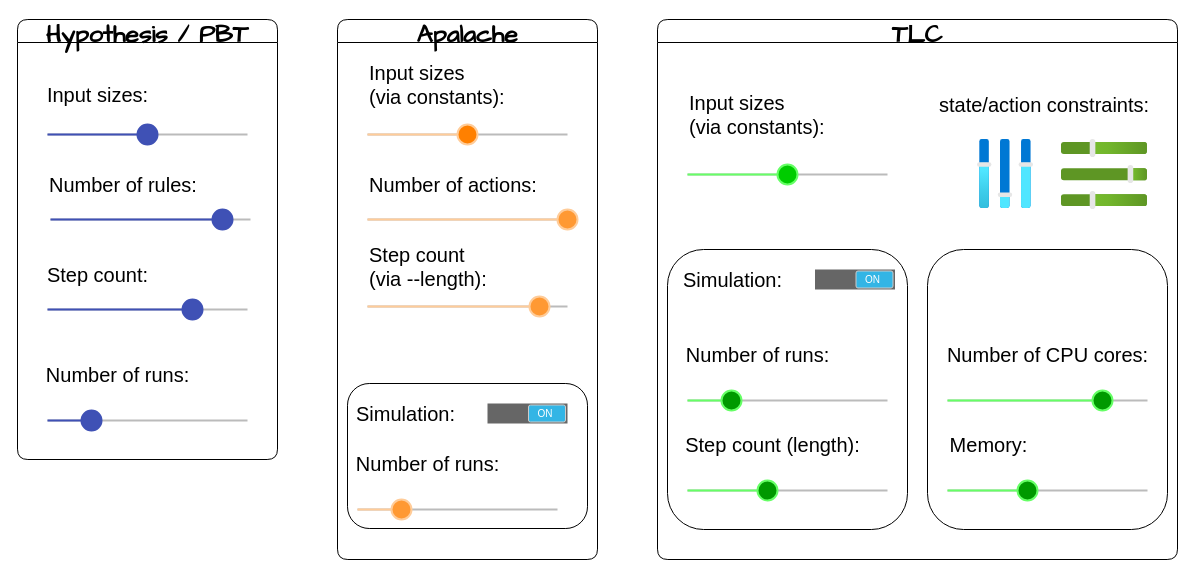
This is docs/src/tutorials/img/controls.drawio from apalache-mc/apalache, a draw.io file, before an edit. Source tidied: cells renumbered, new cells numbered last; positions are measured from the earlier drawing's top-left corner, leaving out a move shared by most shapes. Both pictures are drawn from the tidied source at 100%, with x=0, y=0 at pixel (17, 19).
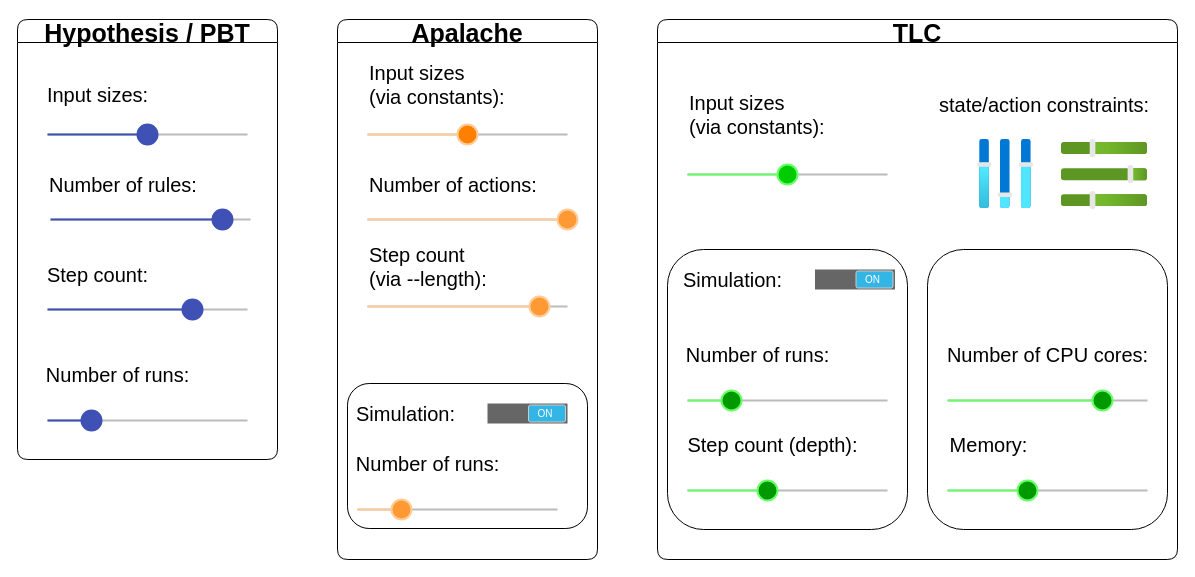
After the change.

Change to the diagram source:
```diff
@@
-    <mxCell id="2" value="Apalache" style="swimlane;fontFamily=Comic Sans MS;fontSize=25;rounded=1;" parent="1" vertex="1">
+    <mxCell id="2" value="Apalache" style="swimlane;fontFamily=Helvetica;fontSize=25;rounded=1;" parent="1" vertex="1">
       <mxGeometry x="320" width="260" height="540" as="geometry" />
     </mxCell>
@@
-    <mxCell id="15" value="TLC" style="swimlane;fontFamily=Comic Sans MS;fontSize=25;rounded=1;" parent="1" vertex="1">
+    <mxCell id="15" value="TLC" style="swimlane;fontFamily=Helvetica;fontSize=25;rounded=1;" parent="1" vertex="1">
       <mxGeometry x="640" width="520" height="540" as="geometry" />
     </mxCell>
@@
-    <mxCell id="23" value="Step count (length):" style="text;html=1;align=center;verticalAlign=middle;strokeColor=none;fillColor=none;fontSize=20;" parent="15" vertex="1">
+    <mxCell id="23" value="Step count (depth):" style="text;html=1;align=center;verticalAlign=middle;strokeColor=none;fillColor=none;fontSize=20;" parent="15" vertex="1">
       <mxGeometry x="20" y="410" width="190" height="30" as="geometry" />
     </mxCell>
@@
-    <mxCell id="33" value="Hypothesis / PBT" style="swimlane;fontFamily=Comic Sans MS;fontSize=25;rounded=1;" parent="1" vertex="1">
+    <mxCell id="33" value="Hypothesis / PBT" style="swimlane;fontFamily=Helvetica;fontSize=25;rounded=1;" parent="1" vertex="1">
       <mxGeometry width="260" height="440" as="geometry" />
     </mxCell>
```
